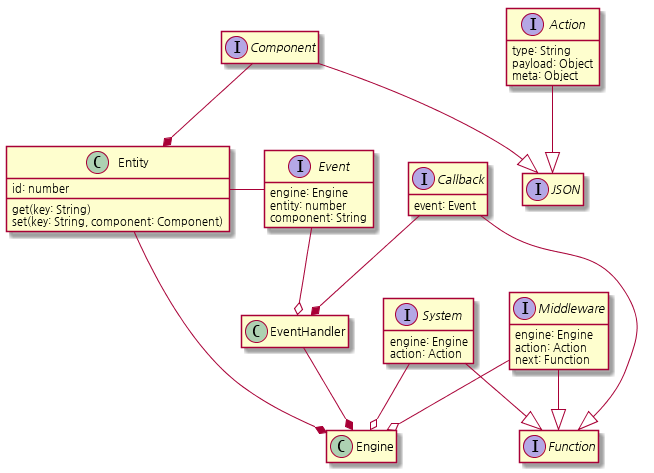
Earlier version of the PlantUML export doc/class.png (yoo2001818/ecsalator). Source of this version:
```plantuml
@startuml

hide empty fields
hide empty methods

interface Event {
  engine: Engine
  entity: number
  component: String
}
interface Action {
  type: String
  payload: Object
  meta: Object
}
interface Component
interface JSON

Action --|> JSON
Component --|> JSON

interface Middleware {
  engine: Engine
  action: Action
  next: Function
}
interface System {
  engine: Engine
  action: Action
}
interface Callback {
  event: Event
}
interface Function

Middleware --|> Function
System --|> Function
Callback --|> Function

class Engine {
}

Middleware --o Engine
System --o Engine

class Entity {
  id: number
  get(key: String)
  set(key: String, component: Component)
}

Component --* Entity
Entity --* Engine
Entity - Event

class EventHandler {

}

EventHandler --* Engine
Callback --* EventHandler
Event --o EventHandler


@enduml
```
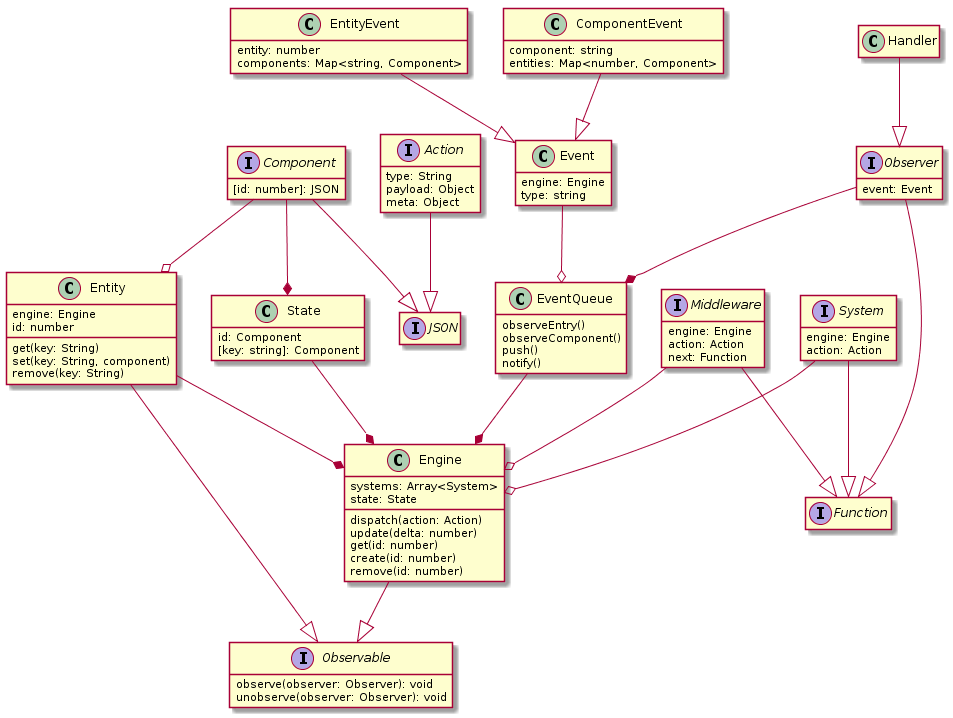
After the change.

Commit message:
Add event handling part on class diagram

Change to the diagram source:
```diff
@@ -3,21 +3,43 @@
 hide empty fields
 hide empty methods
 
-interface Event {
+class Event {
   engine: Engine
+  type: string
+}
+
+class ComponentEvent {
+  component: string
+  entities: Map<number, Component>
+}
+
+class EntityEvent {
   entity: number
-  component: String
+  components: Map<string, Component>
 }
+
+ComponentEvent --|> Event
+EntityEvent --|> Event
+
+interface Observable {
+  observe(observer: Observer): void
+  unobserve(observer: Observer): void
+}
+
 interface Action {
   type: String
   payload: Object
   meta: Object
 }
-interface Component
+interface Component {
+  [id: number]: JSON
+}
 interface JSON
 
 Action --|> JSON
 Component --|> JSON
+
+Component --* State
 
 interface Middleware {
   engine: Engine
@@ -28,38 +50,65 @@
   engine: Engine
   action: Action
 }
-interface Callback {
+interface Observer {
   event: Event
 }
 interface Function
 
 Middleware --|> Function
 System --|> Function
-Callback --|> Function
+Observer --|> Function
+
+class Handler {
+}
+
+Handler --|> Observer
+
+class State {
+  id: Component
+  [key: string]: Component
+}
 
 class Engine {
+  systems: Array<System>
+  state: State
+
+  dispatch(action: Action)
+  update(delta: number)
+
+  get(id: number)
+  create(id: number)
+  remove(id: number)
 }
 
 Middleware --o Engine
 System --o Engine
+Engine --|> Observable
+State --* Engine
 
 class Entity {
+  engine: Engine
   id: number
   get(key: String)
-  set(key: String, component: Component)
+  set(key: String, component)
+  remove(key: String)
 }
 
-Component --* Entity
+Component --o Entity
 Entity --* Engine
-Entity - Event
+Entity --|> Observable
 
-class EventHandler {
-
+class EventQueue {
+  observeEntry()
+  observeComponent()
+  push()
+  notify()
 }
 
-EventHandler --* Engine
-Callback --* EventHandler
-Event --o EventHandler
+EventQueue --* Engine
+Observer --* EventQueue
+Event --o EventQueue
+
 
 
 @enduml
```
